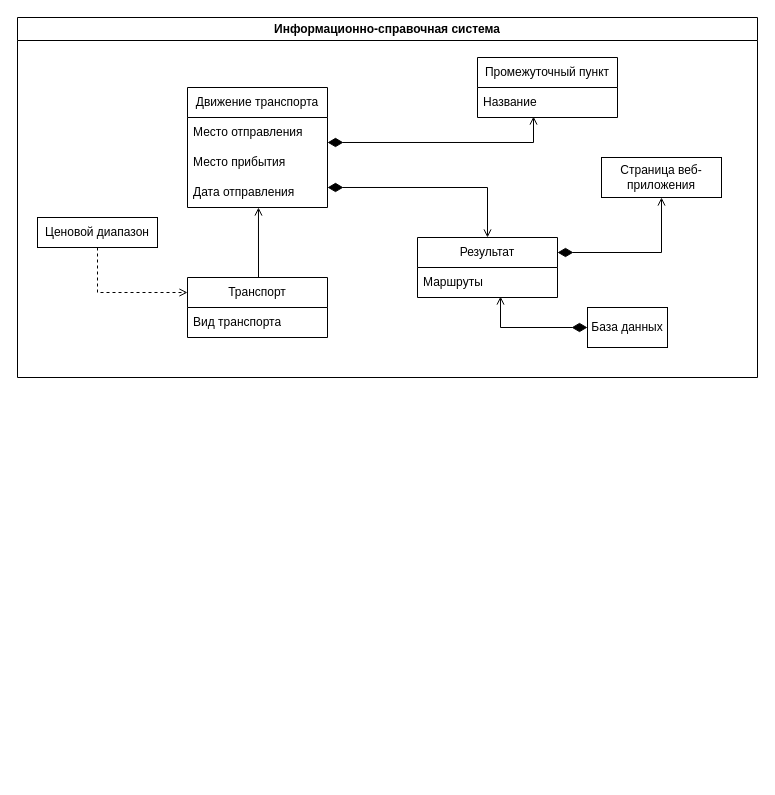
Before: Диаграмма мпо.drawio in Anaastasiya/-, a draw.io diagram. Source tidied: cells renumbered, new cells numbered last; positions are measured from the earlier drawing's top-left corner, leaving out a move shared by most shapes. Both pictures are drawn from the tidied source at 100%, with x=0, y=0 at pixel (17, 17).
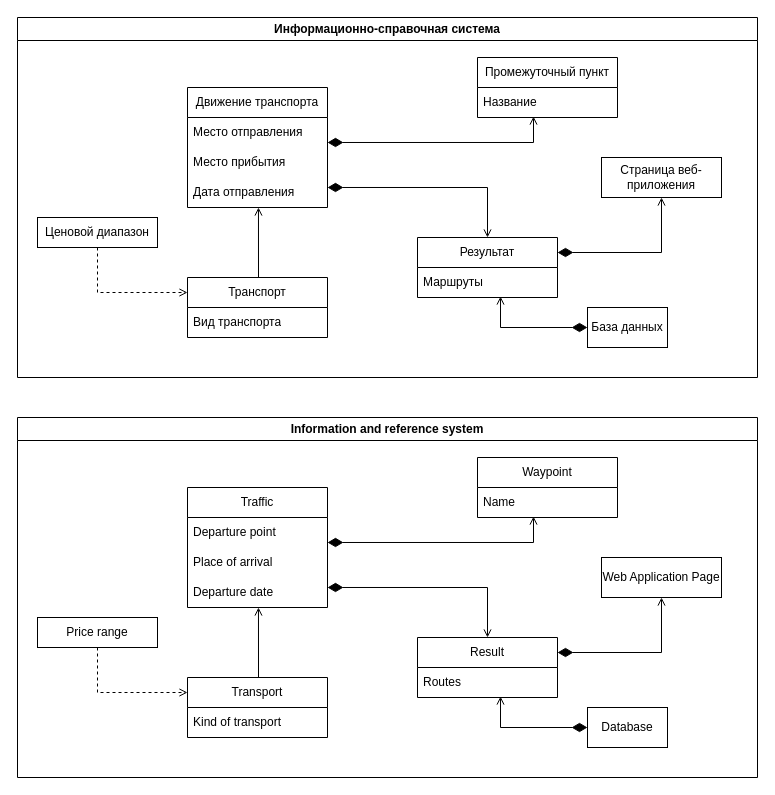
The same diagram, later.

Change to the diagram source:
```diff
@@
+    <mxCell id="22" value="Information and reference system" style="swimlane;whiteSpace=wrap;html=1;fillStyle=auto;fillColor=none;startSize=23;" parent="1" vertex="1">
+      <mxGeometry y="400" width="740" height="360" as="geometry" />
+    </mxCell>
+    <mxCell id="23" value="Web Application Page" style="rounded=0;whiteSpace=wrap;html=1;" parent="22" vertex="1">
+      <mxGeometry x="584" y="140" width="120" height="40" as="geometry" />
+    </mxCell>
+    <mxCell id="24" style="edgeStyle=orthogonalEdgeStyle;rounded=0;jettySize=auto;html=1;exitX=1;exitY=0.25;exitDx=0;exitDy=0;endSize=6;endArrow=open;endFill=0;startArrow=diamondThin;startFill=1;startSize=13;entryX=0.5;entryY=1;entryDx=0;entryDy=0;" parent="22" edge="1" source="25" target="23">
+      <mxGeometry relative="1" as="geometry" />
+    </mxCell>
+    <mxCell id="25" value="Result" style="swimlane;fontStyle=0;horizontal=1;startSize=30;whiteSpace=wrap;html=1;" parent="22" vertex="1">
+      <mxGeometry x="400" y="220" width="140" height="60" as="geometry" />
+    </mxCell>
+    <mxCell id="26" value="Routes" style="text;strokeColor=none;fillColor=none;align=left;verticalAlign=middle;spacingLeft=4;spacingRight=4;overflow=hidden;points=[[0,0.5],[1,0.5]];portConstraint=eastwest;whiteSpace=wrap;html=1;" parent="25" vertex="1">
+      <mxGeometry y="30" width="140" height="30" as="geometry" />
+    </mxCell>
+    <mxCell id="27" value="Traffic" style="swimlane;fontStyle=0;horizontal=1;startSize=30;whiteSpace=wrap;html=1;" parent="22" vertex="1">
+      <mxGeometry x="170" y="70" width="140" height="120" as="geometry" />
+    </mxCell>
+    <mxCell id="28" value="Departure point" style="text;strokeColor=none;fillColor=none;align=left;verticalAlign=middle;spacingLeft=4;spacingRight=4;overflow=hidden;points=[[0,0.5],[1,0.5]];portConstraint=eastwest;whiteSpace=wrap;html=1;" parent="27" vertex="1">
+      <mxGeometry y="30" width="140" height="30" as="geometry" />
+    </mxCell>
+    <mxCell id="29" value="Place of arrival" style="text;strokeColor=none;fillColor=none;align=left;verticalAlign=middle;spacingLeft=4;spacingRight=4;overflow=hidden;whiteSpace=wrap;html=1;" parent="27" vertex="1">
+      <mxGeometry y="60" width="140" height="30" as="geometry" />
+    </mxCell>
+    <mxCell id="30" value="Departure date" style="text;strokeColor=none;fillColor=none;align=left;verticalAlign=middle;spacingLeft=4;spacingRight=4;overflow=hidden;points=[[0,0.5],[1,0.5]];portConstraint=eastwest;whiteSpace=wrap;html=1;" parent="27" vertex="1">
+      <mxGeometry y="90" width="140" height="30" as="geometry" />
+    </mxCell>
+    <mxCell id="31" style="edgeStyle=orthogonalEdgeStyle;rounded=0;jettySize=auto;html=1;exitX=0.5;exitY=0;exitDx=0;exitDy=0;endArrow=open;endFill=0;entryX=0.507;entryY=1;entryDx=0;entryDy=0;entryPerimeter=0;" parent="22" edge="1" source="32" target="30">
+      <mxGeometry relative="1" as="geometry">
+        <Array as="points">
+          <mxPoint x="241" y="260" />
+        </Array>
+      </mxGeometry>
+    </mxCell>
+    <mxCell id="32" value="Transport" style="swimlane;fontStyle=0;horizontal=1;startSize=30;whiteSpace=wrap;html=1;" parent="22" vertex="1">
+      <mxGeometry x="170" y="260" width="140" height="60" as="geometry" />
+    </mxCell>
+    <mxCell id="33" value="Kind of transport" style="text;strokeColor=none;fillColor=none;align=left;verticalAlign=middle;spacingLeft=4;spacingRight=4;overflow=hidden;whiteSpace=wrap;html=1;" parent="32" vertex="1">
+      <mxGeometry y="30" width="140" height="30" as="geometry" />
+    </mxCell>
+    <mxCell id="34" value="Waypoint" style="swimlane;fontStyle=0;horizontal=1;startSize=30;whiteSpace=wrap;html=1;" parent="22" vertex="1">
+      <mxGeometry x="460" y="40" width="140" height="60" as="geometry" />
+    </mxCell>
+    <mxCell id="35" value="Name" style="text;strokeColor=none;fillColor=none;align=left;verticalAlign=middle;spacingLeft=4;spacingRight=4;overflow=hidden;points=[[0,0.5],[1,0.5]];portConstraint=eastwest;whiteSpace=wrap;html=1;" parent="34" vertex="1">
+      <mxGeometry y="30" width="140" height="30" as="geometry" />
+    </mxCell>
+    <mxCell id="36" style="edgeStyle=orthogonalEdgeStyle;rounded=0;jettySize=auto;html=1;entryX=0.4;entryY=0.967;entryDx=0;entryDy=0;entryPerimeter=0;exitX=1;exitY=0.833;exitDx=0;exitDy=0;startArrow=diamondThin;startFill=1;targetPerimeterSpacing=0;endSize=6;startSize=13;sourcePerimeterSpacing=0;exitPerimeter=0;endArrow=open;endFill=0;" parent="22" edge="1" source="28" target="35">
+      <mxGeometry relative="1" as="geometry" />
+    </mxCell>
+    <mxCell id="37" style="edgeStyle=orthogonalEdgeStyle;rounded=0;jettySize=auto;html=1;entryX=0;entryY=0.25;entryDx=0;entryDy=0;dashed=1;exitX=0.5;exitY=1;exitDx=0;exitDy=0;endArrow=open;endFill=0;" parent="22" edge="1" source="38" target="32">
+      <mxGeometry relative="1" as="geometry" />
+    </mxCell>
+    <mxCell id="38" value="Price range" style="rounded=0;whiteSpace=wrap;html=1;" parent="22" vertex="1">
+      <mxGeometry x="20" y="200" width="120" height="30" as="geometry" />
+    </mxCell>
+    <mxCell id="39" style="edgeStyle=orthogonalEdgeStyle;rounded=0;jettySize=auto;html=1;startArrow=diamondThin;startFill=1;startSize=13;endArrow=open;endFill=0;exitX=1;exitY=0.333;exitDx=0;exitDy=0;exitPerimeter=0;entryX=0.5;entryY=0;entryDx=0;entryDy=0;" parent="22" edge="1" source="30" target="25">
+      <mxGeometry relative="1" as="geometry">
+        <Array as="points">
+          <mxPoint x="470" y="170" />
+        </Array>
+      </mxGeometry>
+    </mxCell>
+    <mxCell id="40" style="edgeStyle=orthogonalEdgeStyle;rounded=0;jettySize=auto;html=1;entryX=0.593;entryY=0.967;entryDx=0;entryDy=0;entryPerimeter=0;exitX=0;exitY=0.5;exitDx=0;exitDy=0;startArrow=diamondThin;startFill=1;startSize=13;endArrow=open;endFill=0;" parent="1" edge="1" source="41" target="26">
+      <mxGeometry relative="1" as="geometry" />
+    </mxCell>
+    <mxCell id="41" value="Database" style="rounded=0;whiteSpace=wrap;html=1;" parent="1" vertex="1">
+      <mxGeometry x="570" y="690" width="80" height="40" as="geometry" />
+    </mxCell>
```
